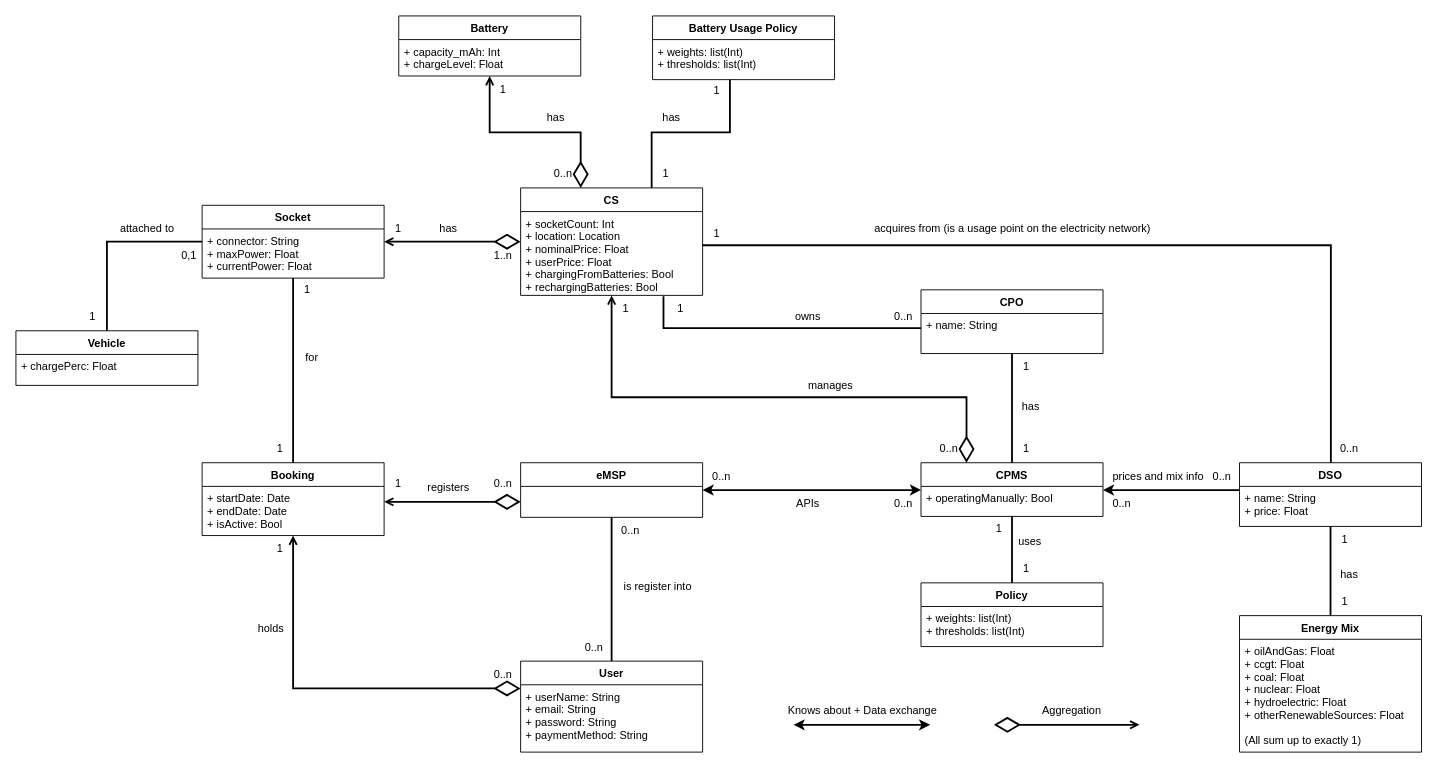
EMJzero/SoftwareEngineeringII-project keeps this draw.io diagram as RASD/UML.drawio. Above is the earlier version. Source tidied: cells renumbered, new cells numbered last; positions are measured from the earlier drawing's top-left corner, leaving out a move shared by most shapes. Both pictures are drawn from the tidied source at 91%, with x=0, y=0 at pixel (15, 15).
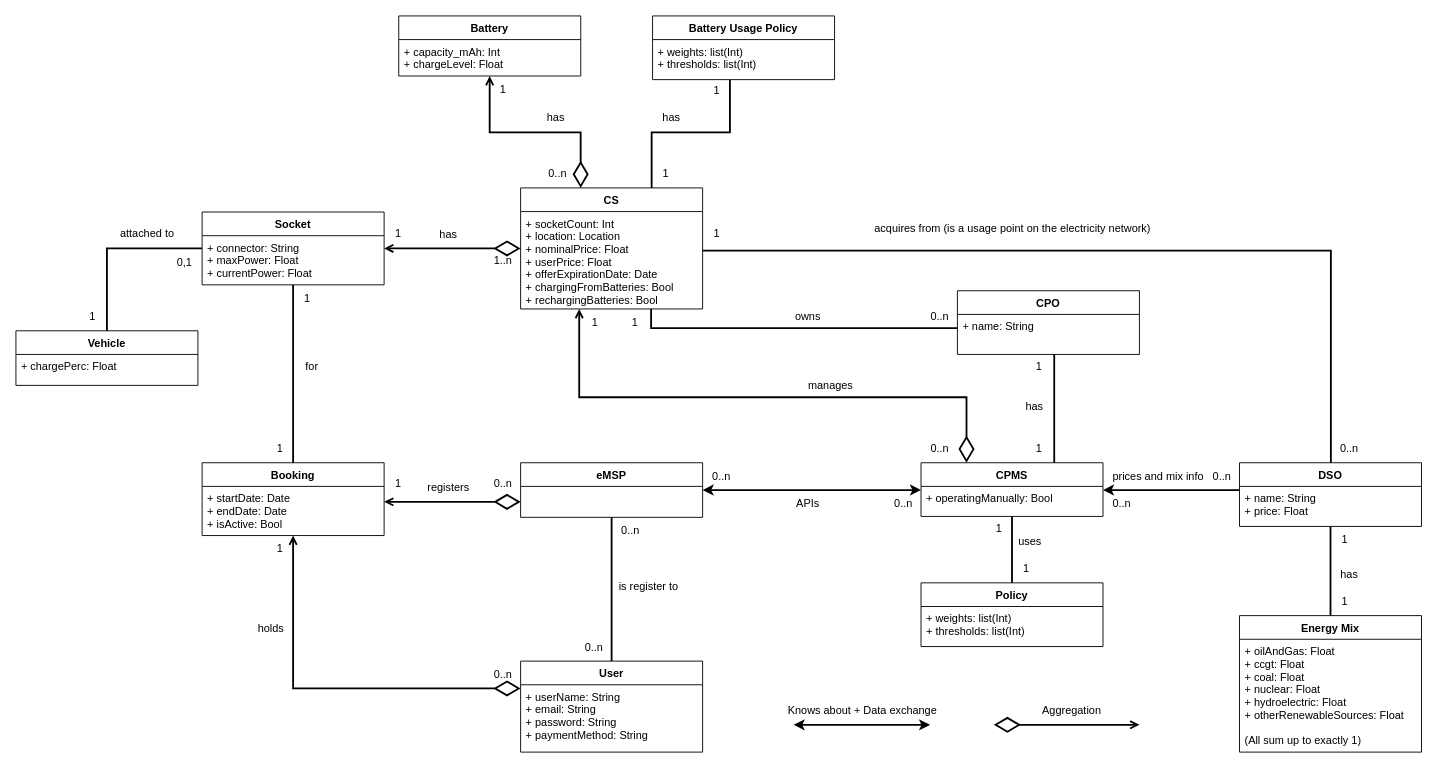
After the change.

The change refers to these unchanged cells:
```xml
<mxCell id="30" value="+ name: String" style="text;strokeColor=none;fillColor=none;align=left;verticalAlign=top;spacingLeft=4;spacingRight=4;overflow=hidden;points=[[0,0.5],[1,0.5]];portConstraint=eastwest;" parent="29" vertex="1">
  <mxGeometry y="26" width="200" height="44" as="geometry" />
</mxCell>
<mxCell id="32" value="DSO" style="swimlane;fontStyle=1;horizontal=1;startSize=26;fillColor=none;" parent="1" vertex="1">
  <mxGeometry x="1344.6" y="491" width="200" height="70" as="geometry" />
</mxCell>
<mxCell id="34" value="CPMS" style="swimlane;fontStyle=1;horizontal=1;startSize=26;fillColor=none;align=center;" parent="1" vertex="1">
  <mxGeometry x="994.6" y="491" width="200" height="59" as="geometry" />
</mxCell>
```

What changed in the source:
```diff
@@
     <mxCell id="4" value="1" style="text;html=1;align=center;verticalAlign=middle;strokeColor=none;fillColor=none;" parent="1" vertex="1">
-      <mxGeometry x="1094.6" y="461" width="30" height="30" as="geometry" />
+      <mxGeometry x="1108.8" y="461" width="30" height="30" as="geometry" />
     </mxCell>
     <mxCell id="5" value="1" style="text;html=1;align=center;verticalAlign=middle;strokeColor=none;fillColor=none;" parent="1" vertex="1">
-      <mxGeometry x="1094.6" y="371" width="30" height="30" as="geometry" />
+      <mxGeometry x="1108.8" y="371" width="30" height="30" as="geometry" />
     </mxCell>
@@
-    <mxCell id="11" style="edgeStyle=orthogonalEdgeStyle;rounded=0;jettySize=auto;html=1;strokeColor=default;strokeWidth=2;startArrow=none;startFill=0;endArrow=none;endFill=0;exitX=0.785;exitY=1.009;exitDx=0;exitDy=0;exitPerimeter=0;" parent="1" edge="1" source="27" target="30">
+    <mxCell id="11" style="edgeStyle=orthogonalEdgeStyle;rounded=0;jettySize=auto;html=1;strokeColor=default;strokeWidth=2;startArrow=none;startFill=0;endArrow=none;endFill=0;" parent="1" edge="1" source="27" target="30">
       <mxGeometry relative="1" as="geometry">
         <Array as="points">
-          <mxPoint x="711.6" y="343" />
+          <mxPoint x="698" y="343" />
         </Array>
       </mxGeometry>
     </mxCell>
@@
     <mxCell id="13" value="0..n" style="text;html=1;align=center;verticalAlign=middle;strokeColor=none;fillColor=none;" parent="1" vertex="1">
-      <mxGeometry x="954.6" y="316" width="40" height="30" as="geometry" />
+      <mxGeometry x="994.6" y="316" width="40" height="30" as="geometry" />
     </mxCell>
     <mxCell id="14" value="0..n" style="text;html=1;align=center;verticalAlign=middle;strokeColor=none;fillColor=none;" parent="1" vertex="1">
-      <mxGeometry x="1004.6" y="461" width="40" height="30" as="geometry" />
+      <mxGeometry x="994.6" y="461" width="40" height="30" as="geometry" />
     </mxCell>
@@
     <mxCell id="21" value="has" style="text;html=1;align=center;verticalAlign=middle;strokeColor=none;fillColor=none;" parent="1" vertex="1">
-      <mxGeometry x="1094.6" y="414" width="40" height="30" as="geometry" />
+      <mxGeometry x="1098.8" y="414" width="40" height="30" as="geometry" />
     </mxCell>
-    <mxCell id="22" style="endArrow=open;html=1;endSize=6;startArrow=diamondThin;startSize=24;startFill=0;align=left;verticalAlign=bottom;rounded=0;sourcePerimeterSpacing=0;targetPerimeterSpacing=0;exitX=0.25;exitY=0;exitDx=0;exitDy=0;strokeWidth=2;entryX=0.5;entryY=1;entryDx=0;entryDy=0;entryPerimeter=0;edgeStyle=orthogonalEdgeStyle;" parent="1" edge="1" source="34" target="27">
+    <mxCell id="22" style="endArrow=open;html=1;endSize=6;startArrow=diamondThin;startSize=24;startFill=0;align=left;verticalAlign=bottom;rounded=0;sourcePerimeterSpacing=0;targetPerimeterSpacing=0;exitX=0.25;exitY=0;exitDx=0;exitDy=0;strokeWidth=2;edgeStyle=orthogonalEdgeStyle;" parent="1" edge="1" source="34" target="27">
       <mxGeometry x="-1" y="3" relative="1" as="geometry">
         <Array as="points">
-          <mxPoint x="1044.6" y="419" />
-          <mxPoint x="654.6" y="419" />
+          <mxPoint x="1045" y="419" />
+          <mxPoint x="619" y="419" />
         </Array>
       </mxGeometry>
     </mxCell>
@@
     <mxCell id="26" value="CS" style="swimlane;fontStyle=1;horizontal=1;startSize=26;fillColor=none;" parent="1" vertex="1">
-      <mxGeometry x="554.6" y="189" width="200" height="118.1" as="geometry" />
+      <mxGeometry x="554.6" y="189" width="200" height="133" as="geometry" />
     </mxCell>
-    <mxCell id="27" value="+ socketCount: Int&#10;+ location: Location&#10;+ nominalPrice: Float&#10;+ userPrice: Float&#10;+ chargingFromBatteries: Bool&#10;+ rechargingBatteries: Bool&#10;" style="text;strokeColor=none;fillColor=none;align=left;verticalAlign=top;spacingLeft=4;spacingRight=4;overflow=hidden;points=[[0,0.5],[1,0.5]];portConstraint=eastwest;" parent="26" vertex="1">
-      <mxGeometry y="26" width="200" height="92.1" as="geometry" />
+    <mxCell id="27" value="+ socketCount: Int&#10;+ location: Location&#10;+ nominalPrice: Float&#10;+ userPrice: Float&#10;+ offerExpirationDate: Date&#10;+ chargingFromBatteries: Bool&#10;+ rechargingBatteries: Bool&#10;" style="text;strokeColor=none;fillColor=none;align=left;verticalAlign=top;spacingLeft=4;spacingRight=4;overflow=hidden;points=[[0,0.5],[1,0.5]];portConstraint=eastwest;" parent="26" vertex="1">
+      <mxGeometry y="26" width="200" height="107" as="geometry" />
     </mxCell>
     <mxCell id="28" style="edgeStyle=orthogonalEdgeStyle;rounded=0;jettySize=auto;html=1;endArrow=none;endFill=0;strokeWidth=2;" parent="1" edge="1" source="29" target="34">
-      <mxGeometry relative="1" as="geometry" />
+      <mxGeometry relative="1" as="geometry">
+        <Array as="points">
+          <mxPoint x="1141" y="435" />
+          <mxPoint x="1141" y="435" />
+        </Array>
+      </mxGeometry>
     </mxCell>
     <mxCell id="29" value="CPO" style="swimlane;fontStyle=1;horizontal=1;startSize=26;fillColor=none;" parent="1" vertex="1">
-      <mxGeometry x="994.6" y="301" width="200" height="70" as="geometry" />
+      <mxGeometry x="1034.6" y="302" width="200" height="70" as="geometry" />
     </mxCell>
@@
     <mxCell id="41" value="Socket" style="swimlane;fontStyle=1;horizontal=1;startSize=26;fillColor=none;" parent="1" vertex="1">
-      <mxGeometry x="204.6" y="208.1" width="200" height="80" as="geometry" />
+      <mxGeometry x="204.6" y="215.5" width="200" height="80" as="geometry" />
     </mxCell>
@@
     <mxCell id="47" value="1..n" style="text;html=1;align=center;verticalAlign=middle;strokeColor=none;fillColor=none;" parent="1" vertex="1">
-      <mxGeometry x="514.6" y="249" width="40" height="30" as="geometry" />
+      <mxGeometry x="514.6" y="254" width="40" height="30" as="geometry" />
     </mxCell>
     <mxCell id="48" value="1" style="text;html=1;align=center;verticalAlign=middle;strokeColor=none;fillColor=none;" parent="1" vertex="1">
-      <mxGeometry x="404.6" y="219" width="30" height="30" as="geometry" />
+      <mxGeometry x="404.6" y="224" width="30" height="30" as="geometry" />
     </mxCell>
     <mxCell id="49" value="has" style="text;html=1;align=center;verticalAlign=middle;strokeColor=none;fillColor=none;" parent="1" vertex="1">
-      <mxGeometry x="454.6" y="219" width="40" height="30" as="geometry" />
+      <mxGeometry x="454.6" y="226" width="40" height="30" as="geometry" />
     </mxCell>
@@
     <mxCell id="51" value="1" style="text;html=1;align=center;verticalAlign=middle;strokeColor=none;fillColor=none;" parent="1" vertex="1">
-      <mxGeometry x="304.6" y="286" width="30" height="30" as="geometry" />
+      <mxGeometry x="304.6" y="295.5" width="30" height="30" as="geometry" />
     </mxCell>
     <mxCell id="52" value="for" style="text;html=1;align=center;verticalAlign=middle;strokeColor=none;fillColor=none;" parent="1" vertex="1">
-      <mxGeometry x="304.6" y="361" width="40" height="30" as="geometry" />
+      <mxGeometry x="304.6" y="371" width="40" height="30" as="geometry" />
     </mxCell>
@@
     <mxCell id="57" value="1" style="text;html=1;align=center;verticalAlign=middle;strokeColor=none;fillColor=none;" parent="1" vertex="1">
-      <mxGeometry x="714.6" y="307.1" width="30" height="30" as="geometry" />
+      <mxGeometry x="664.6" y="322" width="30" height="30" as="geometry" />
     </mxCell>
@@
     <mxCell id="61" style="edgeStyle=orthogonalEdgeStyle;rounded=0;jettySize=auto;html=1;strokeColor=default;strokeWidth=2;startArrow=none;startFill=0;endArrow=none;endFill=0;" parent="1" edge="1" source="27" target="32">
       <mxGeometry relative="1" as="geometry">
         <Array as="points">
-          <mxPoint x="1445" y="252" />
+          <mxPoint x="1445" y="258" />
         </Array>
       </mxGeometry>
     </mxCell>
@@
     <mxCell id="66" value="0..n" style="text;html=1;align=center;verticalAlign=middle;strokeColor=none;fillColor=none;" parent="1" vertex="1">
-      <mxGeometry x="580.7" y="159" width="40" height="30" as="geometry" />
+      <mxGeometry x="574.6" y="159" width="40" height="30" as="geometry" />
     </mxCell>
@@
     <mxCell id="68" value="1" style="text;html=1;align=center;verticalAlign=middle;strokeColor=none;fillColor=none;" parent="1" vertex="1">
-      <mxGeometry x="654.6" y="307.1" width="30" height="30" as="geometry" />
+      <mxGeometry x="621" y="322" width="30" height="30" as="geometry" />
     </mxCell>
@@
     <mxCell id="84" value="0,1" style="text;html=1;align=center;verticalAlign=middle;strokeColor=none;fillColor=none;" parent="1" vertex="1">
-      <mxGeometry x="169.6" y="249" width="40" height="30" as="geometry" />
+      <mxGeometry x="164.6" y="256" width="40" height="30" as="geometry" />
     </mxCell>
     <mxCell id="85" value="attached to" style="text;html=1;align=center;verticalAlign=middle;strokeColor=none;fillColor=none;" parent="1" vertex="1">
-      <mxGeometry x="98.9" y="219" width="90" height="30" as="geometry" />
+      <mxGeometry x="98.9" y="224" width="90" height="30" as="geometry" />
     </mxCell>
@@
-    <mxCell id="94" value="is register into" style="text;html=1;align=center;verticalAlign=middle;strokeColor=none;fillColor=none;" parent="1" vertex="1">
-      <mxGeometry x="656.2" y="612.1" width="98.4" height="29.5" as="geometry" />
+    <mxCell id="94" value="is register to" style="text;html=1;align=center;verticalAlign=middle;strokeColor=none;fillColor=none;" parent="1" vertex="1">
+      <mxGeometry x="651" y="612.1" width="88.6" height="29.5" as="geometry" />
     </mxCell>
```
